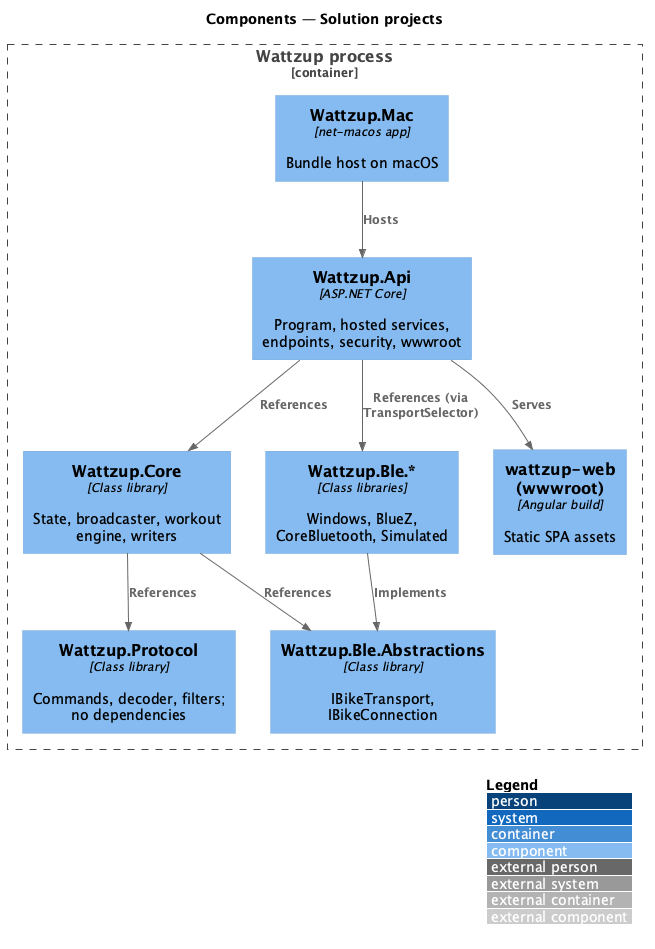
The PlantUML diagram docs/detailed-designs/platform/host-and-structure/diagrams/c4-component.png in QuinntyneBrown/ride-one, before a commit. The source it was exported from:
```plantuml
@startuml
!include <C4/C4_Component>
LAYOUT_WITH_LEGEND()
title Components — Solution projects

Container_Boundary(proc, "Wattzup process") {
  Component(api, "Wattzup.Api", "ASP.NET Core", "Program, hosted services, endpoints, security, wwwroot")
  Component(core, "Wattzup.Core", "Class library", "State, broadcaster, workout engine, writers")
  Component(proto, "Wattzup.Protocol", "Class library", "Commands, decoder, filters; no dependencies")
  Component(abs, "Wattzup.Ble.Abstractions", "Class library", "IBikeTransport, IBikeConnection")
  Component(plat, "Wattzup.Ble.*", "Class libraries", "Windows, BlueZ, CoreBluetooth, Simulated")
  Component(spa, "wattzup-web (wwwroot)", "Angular build", "Static SPA assets")
  Component(mac, "Wattzup.Mac", "net-macos app", "Bundle host on macOS")
}

Rel(api, core, "References")
Rel(api, plat, "References (via TransportSelector)")
Rel(api, spa, "Serves")
Rel(core, proto, "References")
Rel(core, abs, "References")
Rel(plat, abs, "Implements")
Rel(mac, api, "Hosts")
@enduml
```
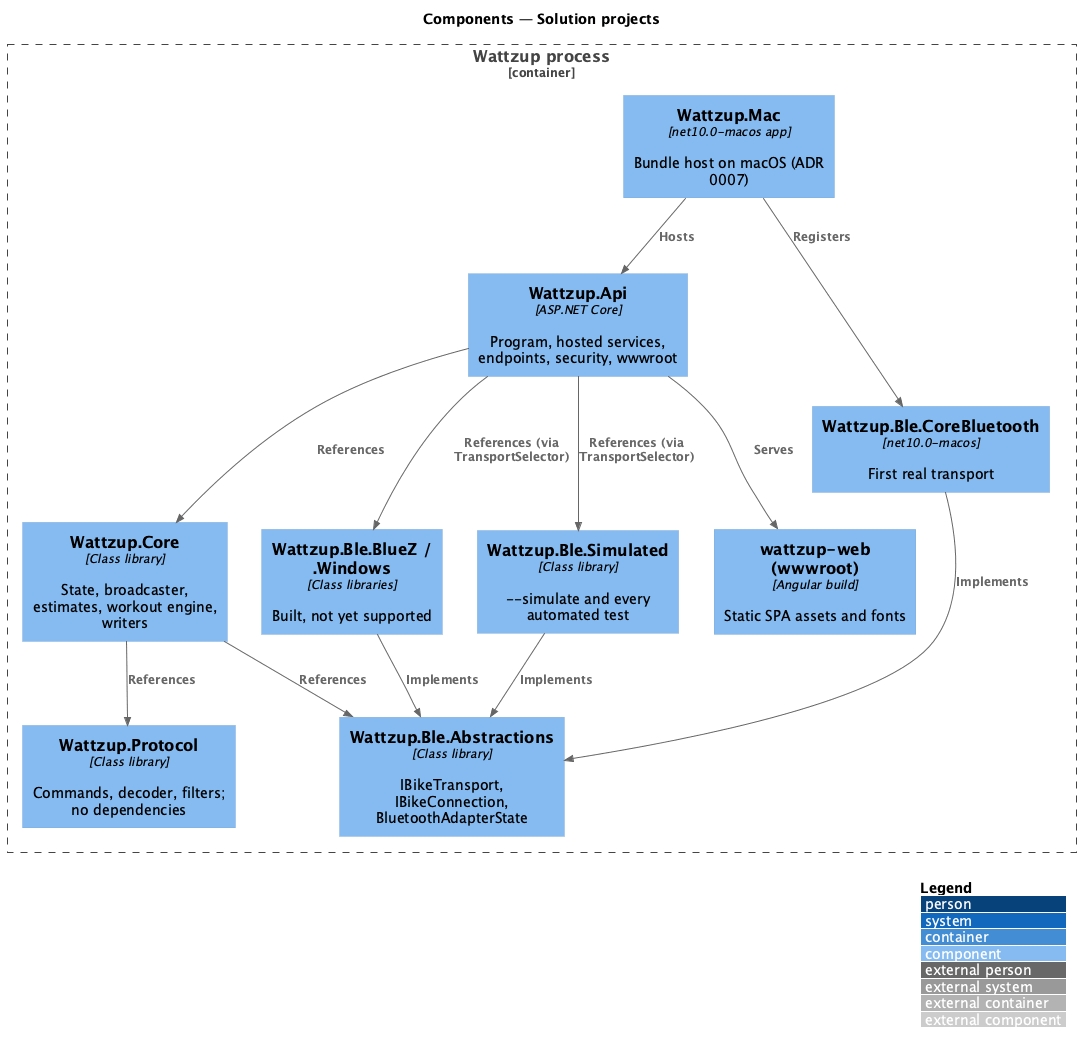
The same diagram one commit later.

What changed in the source:
```diff
@@ -4,20 +4,26 @@
 title Components — Solution projects
 
 Container_Boundary(proc, "Wattzup process") {
+  Component(mac, "Wattzup.Mac", "net10.0-macos app", "Bundle host on macOS (ADR 0007)")
   Component(api, "Wattzup.Api", "ASP.NET Core", "Program, hosted services, endpoints, security, wwwroot")
-  Component(core, "Wattzup.Core", "Class library", "State, broadcaster, workout engine, writers")
+  Component(core, "Wattzup.Core", "Class library", "State, broadcaster, estimates, workout engine, writers")
   Component(proto, "Wattzup.Protocol", "Class library", "Commands, decoder, filters; no dependencies")
-  Component(abs, "Wattzup.Ble.Abstractions", "Class library", "IBikeTransport, IBikeConnection")
-  Component(plat, "Wattzup.Ble.*", "Class libraries", "Windows, BlueZ, CoreBluetooth, Simulated")
-  Component(spa, "wattzup-web (wwwroot)", "Angular build", "Static SPA assets")
-  Component(mac, "Wattzup.Mac", "net-macos app", "Bundle host on macOS")
+  Component(abs, "Wattzup.Ble.Abstractions", "Class library", "IBikeTransport, IBikeConnection, BluetoothAdapterState")
+  Component(cb, "Wattzup.Ble.CoreBluetooth", "net10.0-macos", "First real transport")
+  Component(plat, "Wattzup.Ble.BlueZ / .Windows", "Class libraries", "Built, not yet supported")
+  Component(sim, "Wattzup.Ble.Simulated", "Class library", "~--simulate and every automated test")
+  Component(spa, "wattzup-web (wwwroot)", "Angular build", "Static SPA assets and fonts")
 }
 
+Rel(mac, api, "Hosts")
+Rel(mac, cb, "Registers")
 Rel(api, core, "References")
+Rel(api, sim, "References (via TransportSelector)")
 Rel(api, plat, "References (via TransportSelector)")
 Rel(api, spa, "Serves")
 Rel(core, proto, "References")
 Rel(core, abs, "References")
+Rel(cb, abs, "Implements")
 Rel(plat, abs, "Implements")
-Rel(mac, api, "Hosts")
+Rel(sim, abs, "Implements")
 @enduml
```
